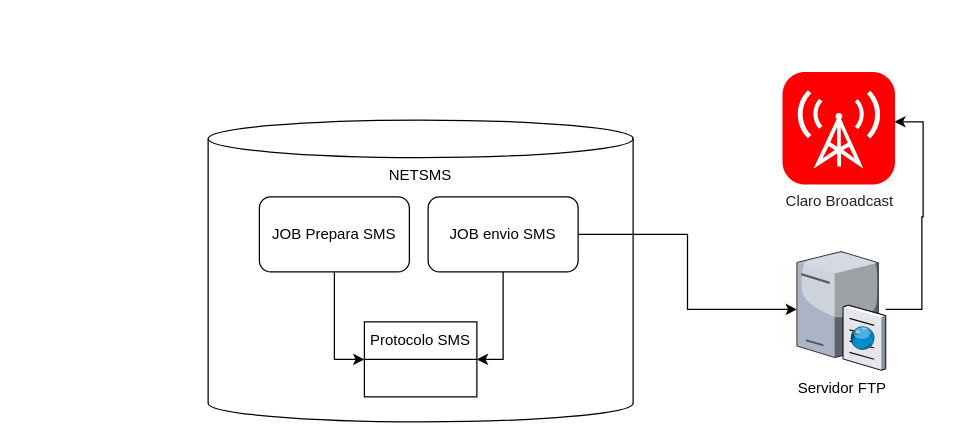
This is 114070 RGC765 (Atendimento) - Envio de Protocolo.drawio from samirali/ClaroBrasil, a draw.io file, before an edit. Source tidied: cells renumbered, new cells numbered last; positions are measured from the earlier drawing's top-left corner, leaving out a move shared by most shapes. Both pictures are drawn from the tidied source at 125%, with x=0, y=0 at pixel (208, 71).
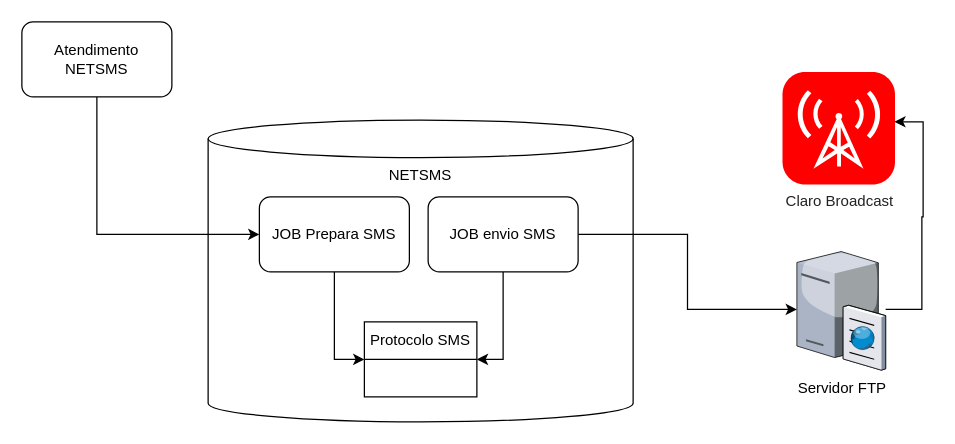
After the change.

The edit, as a diff of the source:
```diff
@@
 <mxGraphModel>
   <root>
     <mxCell id="0" />
     <mxCell id="1" parent="0" />
     <mxCell id="2" value="NETSMS" style="shape=cylinder3;whiteSpace=wrap;html=1;boundedLbl=1;backgroundOutline=1;size=15;verticalAlign=top;" parent="1" vertex="1">
       <mxGeometry y="38.5" width="340" height="241.5" as="geometry" />
     </mxCell>
     <mxCell id="3" value="Protocolo SMS" style="swimlane;fontStyle=0;horizontal=1;startSize=30;whiteSpace=wrap;html=1;" parent="1" vertex="1">
       <mxGeometry x="125" y="200" width="90" height="60" as="geometry" />
     </mxCell>
     <mxCell id="4" value="Servidor FTP" style="verticalLabelPosition=bottom;sketch=0;html=1;verticalAlign=top;strokeColor=none;align=center;outlineConnect=0;shape=mxgraph.citrix.ftp_server;" parent="1" vertex="1">
       <mxGeometry x="471" y="141.5" width="71" height="97" as="geometry" />
     </mxCell>
     <mxCell id="5" style="edgeStyle=orthogonalEdgeStyle;rounded=0;jettySize=auto;html=1;" parent="1" edge="1" source="7" target="4">
       <mxGeometry relative="1" as="geometry" />
     </mxCell>
     <mxCell id="6" style="edgeStyle=orthogonalEdgeStyle;rounded=0;jettySize=auto;html=1;entryX=1;entryY=0.5;entryDx=0;entryDy=0;" parent="1" edge="1" source="7" target="3">
       <mxGeometry relative="1" as="geometry" />
     </mxCell>
     <mxCell id="7" value="JOB envio SMS" style="rounded=1;whiteSpace=wrap;html=1;" parent="1" vertex="1">
       <mxGeometry x="176" y="100" width="120" height="60" as="geometry" />
     </mxCell>
     <mxCell id="8" value="&lt;font style=&quot;font-size: 12px;&quot;&gt;Claro Broadcast&lt;/font&gt;" style="html=1;strokeWidth=1;shadow=0;dashed=0;shape=mxgraph.ios7.misc.broadcast;fillColor=#FF0000;strokeColor=none;buttonText=;strokeColor2=#222222;fontColor=#222222;fontSize=8;verticalLabelPosition=bottom;verticalAlign=top;align=center;sketch=0;" parent="1" vertex="1">
       <mxGeometry x="459.5" width="90" height="90" as="geometry" />
     </mxCell>
     <mxCell id="9" style="edgeStyle=orthogonalEdgeStyle;rounded=0;jettySize=auto;html=1;entryX=0.994;entryY=0.444;entryDx=0;entryDy=0;entryPerimeter=0;" parent="1" edge="1" source="4" target="8">
       <mxGeometry relative="1" as="geometry">
         <Array as="points">
           <mxPoint x="571" y="190" />
           <mxPoint x="571" y="116" />
           <mxPoint x="572" y="116" />
           <mxPoint x="572" y="40" />
         </Array>
       </mxGeometry>
     </mxCell>
     <mxCell id="10" style="edgeStyle=orthogonalEdgeStyle;rounded=0;jettySize=auto;html=1;entryX=0;entryY=0.5;entryDx=0;entryDy=0;" parent="1" edge="1" source="11" target="3">
       <mxGeometry relative="1" as="geometry" />
     </mxCell>
     <mxCell id="11" value="JOB Prepara SMS" style="rounded=1;whiteSpace=wrap;html=1;" parent="1" vertex="1">
       <mxGeometry x="41" y="100" width="120" height="60" as="geometry" />
     </mxCell>
+    <mxCell id="12" style="edgeStyle=orthogonalEdgeStyle;rounded=0;jettySize=auto;html=1;entryX=0;entryY=0.5;entryDx=0;entryDy=0;exitX=0.5;exitY=1;exitDx=0;exitDy=0;" parent="1" edge="1" source="13" target="11">
+      <mxGeometry relative="1" as="geometry" />
+    </mxCell>
+    <mxCell id="13" value="Atendimento NETSMS" style="rounded=1;whiteSpace=wrap;html=1;" parent="1" vertex="1">
+      <mxGeometry x="-149" y="-40" width="120" height="60" as="geometry" />
+    </mxCell>
   </root>
 </mxGraphModel>
```
